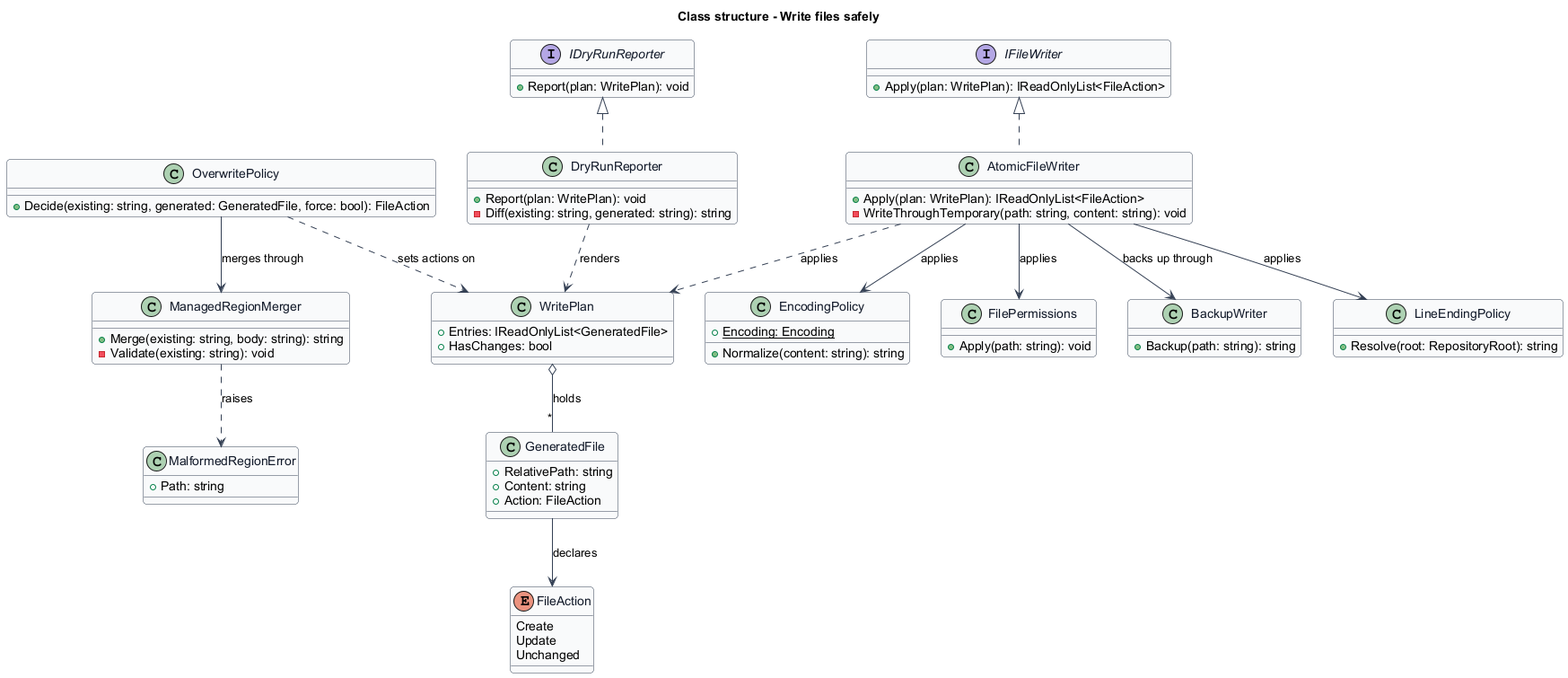
Before: docs/detailed-designs/agent-file-generation/write-files-safely/diagrams/class-structure.png, a diagram exported from PlantUML (QuinntyneBrown/primer).
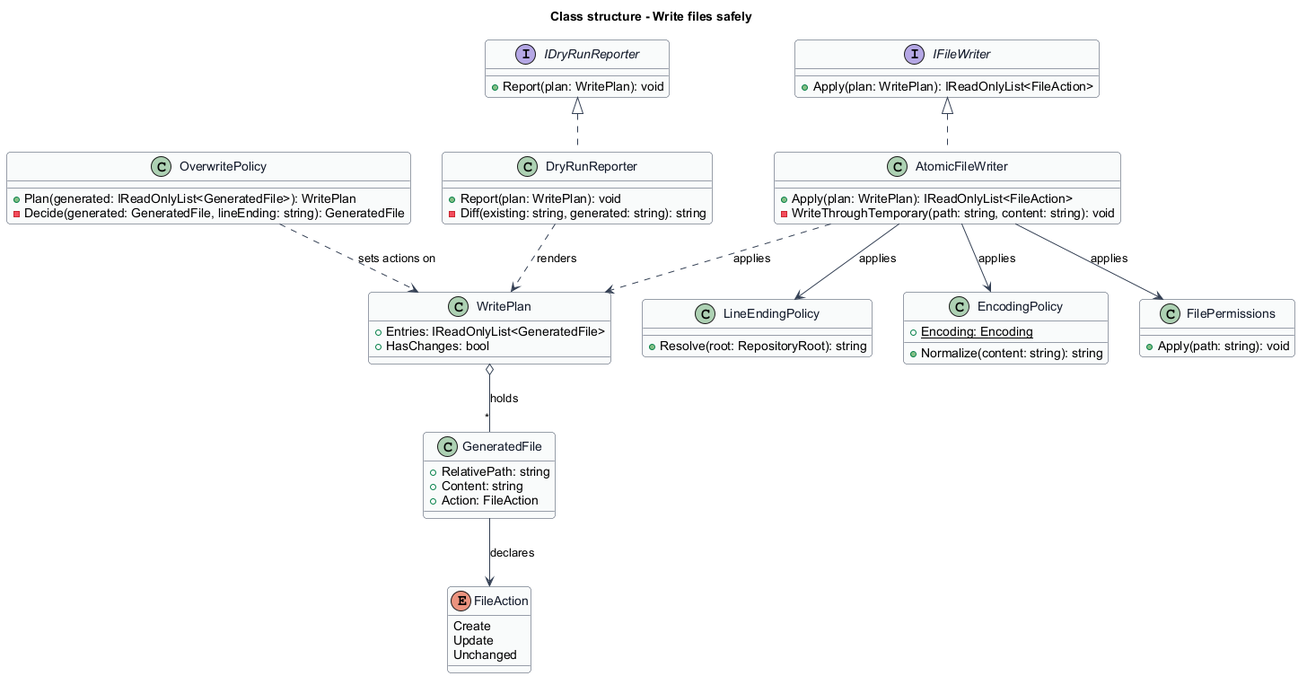
Later version of the same file.

The edit, as a diff of the source:
```diff
@@ -29,12 +29,8 @@
 }
 
 class OverwritePolicy {
-  +Decide(existing: string, generated: GeneratedFile, force: bool): FileAction
-}
-
-class ManagedRegionMerger {
-  +Merge(existing: string, body: string): string
-  -Validate(existing: string): void
+  +Plan(generated: IReadOnlyList<GeneratedFile>): WritePlan
+  -Decide(generated: GeneratedFile, lineEnding: string): GeneratedFile
 }
 
 interface IDryRunReporter {
@@ -53,10 +49,6 @@
   -WriteThroughTemporary(path: string, content: string): void
 }
 
-class BackupWriter {
-  +Backup(path: string): string
-}
-
 class LineEndingPolicy {
   +Resolve(root: RepositoryRoot): string
 }
@@ -70,20 +62,13 @@
   +Apply(path: string): void
 }
 
-class MalformedRegionError {
-  +Path: string
-}
-
 IDryRunReporter <|.. DryRunReporter
 IFileWriter <|.. AtomicFileWriter
 WritePlan o-- "*" GeneratedFile : holds
 GeneratedFile --> FileAction : declares
 OverwritePolicy ..> WritePlan : sets actions on
-OverwritePolicy --> ManagedRegionMerger : merges through
-ManagedRegionMerger ..> MalformedRegionError : raises
 DryRunReporter ..> WritePlan : renders
 AtomicFileWriter ..> WritePlan : applies
-AtomicFileWriter --> BackupWriter : backs up through
 AtomicFileWriter --> LineEndingPolicy : applies
 AtomicFileWriter --> EncodingPolicy : applies
 AtomicFileWriter --> FilePermissions : applies
```
